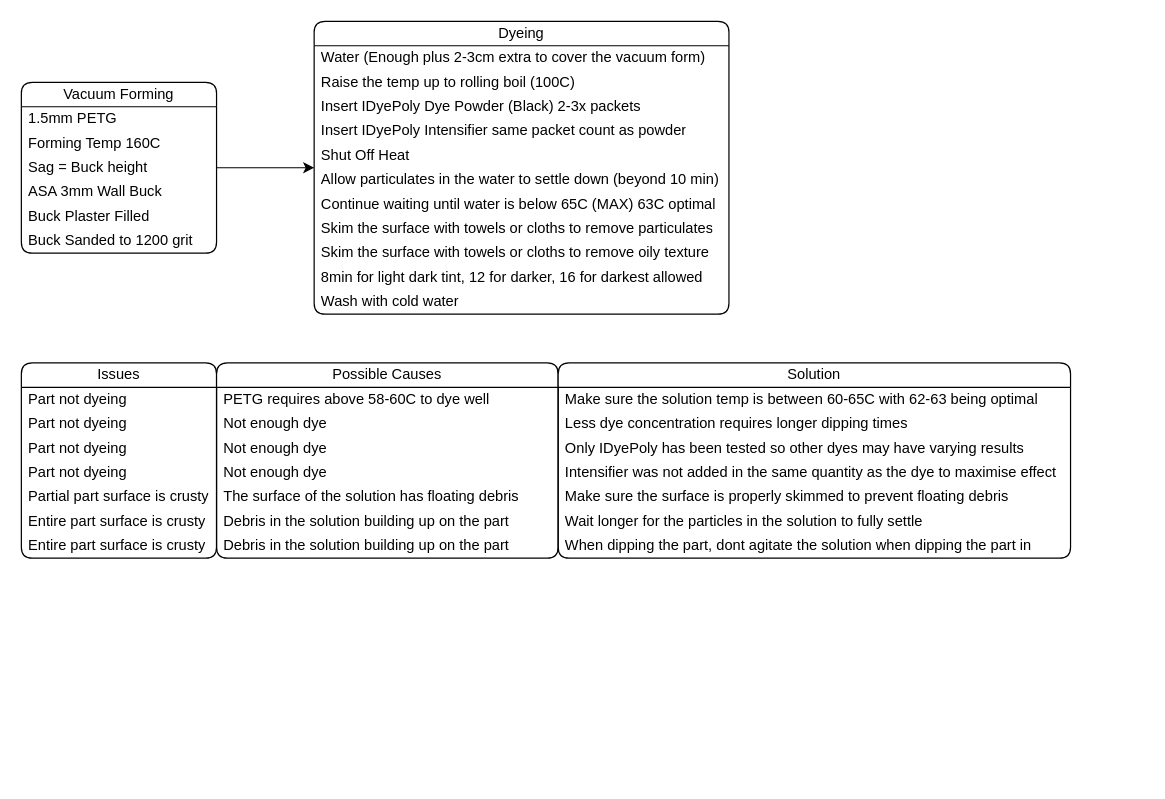
The draw.io diagram Documents/Visor Manufacturing Process.drawio in Cyberspecies/Synth-Head, before the edit. Source tidied: cells renumbered, new cells numbered last; positions are measured from the earlier drawing's top-left corner, leaving out a move shared by most shapes. Both pictures are drawn from the tidied source at 122%, with x=0, y=0 at pixel (21, 21).
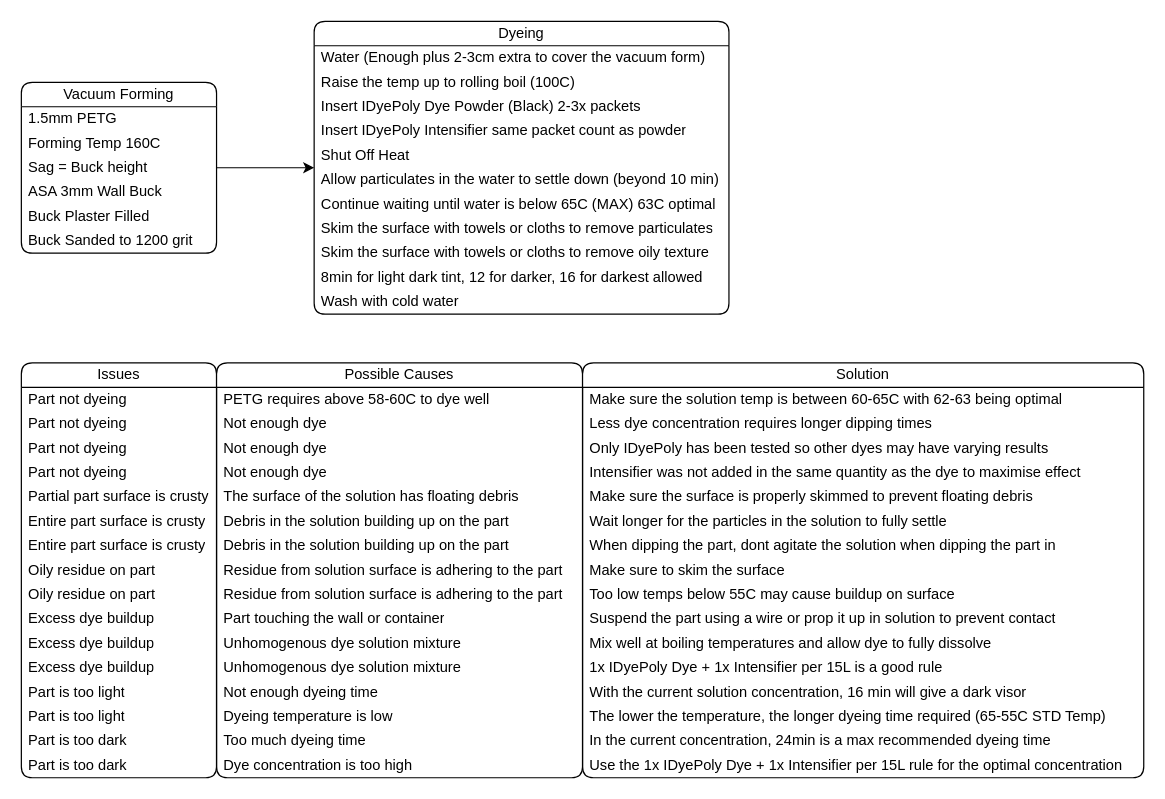
The same page after the edit.

Commit message:
Added More notes on visor dyeing

The edit, as a diff of the source:
```diff
@@
     <mxCell id="22" value="Issues" style="swimlane;fontStyle=0;horizontal=1;startSize=20;whiteSpace=wrap;html=1;rounded=1;" parent="1" vertex="1">
-      <mxGeometry y="280" width="160" height="160" as="geometry" />
+      <mxGeometry y="280" width="160" height="340" as="geometry" />
     </mxCell>
@@
+    <mxCell id="46" value="Oily residue on part" style="text;strokeColor=none;fillColor=none;align=left;verticalAlign=middle;spacingLeft=4;spacingRight=4;overflow=hidden;whiteSpace=wrap;html=1;" parent="22" vertex="1">
+      <mxGeometry y="160" width="160" height="20" as="geometry" />
+    </mxCell>
+    <mxCell id="47" value="Oily residue on part" style="text;strokeColor=none;fillColor=none;align=left;verticalAlign=middle;spacingLeft=4;spacingRight=4;overflow=hidden;whiteSpace=wrap;html=1;" parent="22" vertex="1">
+      <mxGeometry y="180" width="160" height="20" as="geometry" />
+    </mxCell>
+    <mxCell id="48" value="Excess dye buildup" style="text;strokeColor=none;fillColor=none;align=left;verticalAlign=middle;spacingLeft=4;spacingRight=4;overflow=hidden;whiteSpace=wrap;html=1;" parent="22" vertex="1">
+      <mxGeometry y="200" width="160" height="20" as="geometry" />
+    </mxCell>
+    <mxCell id="49" value="Excess dye buildup" style="text;strokeColor=none;fillColor=none;align=left;verticalAlign=middle;spacingLeft=4;spacingRight=4;overflow=hidden;whiteSpace=wrap;html=1;" parent="22" vertex="1">
+      <mxGeometry y="220" width="160" height="20" as="geometry" />
+    </mxCell>
+    <mxCell id="50" value="Excess dye buildup" style="text;strokeColor=none;fillColor=none;align=left;verticalAlign=middle;spacingLeft=4;spacingRight=4;overflow=hidden;whiteSpace=wrap;html=1;" parent="22" vertex="1">
+      <mxGeometry y="240" width="160" height="20" as="geometry" />
+    </mxCell>
+    <mxCell id="51" value="Part is too light" style="text;strokeColor=none;fillColor=none;align=left;verticalAlign=middle;spacingLeft=4;spacingRight=4;overflow=hidden;whiteSpace=wrap;html=1;" parent="22" vertex="1">
+      <mxGeometry y="260" width="160" height="20" as="geometry" />
+    </mxCell>
+    <mxCell id="52" value="Part is too light" style="text;strokeColor=none;fillColor=none;align=left;verticalAlign=middle;spacingLeft=4;spacingRight=4;overflow=hidden;whiteSpace=wrap;html=1;" parent="22" vertex="1">
+      <mxGeometry y="280" width="160" height="20" as="geometry" />
+    </mxCell>
+    <mxCell id="53" value="Part is too dark" style="text;strokeColor=none;fillColor=none;align=left;verticalAlign=middle;spacingLeft=4;spacingRight=4;overflow=hidden;whiteSpace=wrap;html=1;" parent="22" vertex="1">
+      <mxGeometry y="300" width="160" height="20" as="geometry" />
+    </mxCell>
+    <mxCell id="54" value="Part is too dark" style="text;strokeColor=none;fillColor=none;align=left;verticalAlign=middle;spacingLeft=4;spacingRight=4;overflow=hidden;whiteSpace=wrap;html=1;" parent="22" vertex="1">
+      <mxGeometry y="320" width="160" height="20" as="geometry" />
+    </mxCell>
     <mxCell id="30" value="Possible Causes" style="swimlane;fontStyle=0;horizontal=1;startSize=20;whiteSpace=wrap;html=1;rounded=1;" parent="1" vertex="1">
-      <mxGeometry x="160" y="280" width="280" height="160" as="geometry" />
+      <mxGeometry x="160" y="280" width="300" height="340" as="geometry" />
     </mxCell>
     <mxCell id="31" value="PETG requires above 58-60C to dye well" style="text;strokeColor=none;fillColor=none;align=left;verticalAlign=middle;spacingLeft=4;spacingRight=4;overflow=hidden;whiteSpace=wrap;html=1;" parent="30" vertex="1">
-      <mxGeometry y="20" width="280" height="20" as="geometry" />
+      <mxGeometry y="20" width="300" height="20" as="geometry" />
     </mxCell>
     <mxCell id="32" value="Not enough dye" style="text;strokeColor=none;fillColor=none;align=left;verticalAlign=middle;spacingLeft=4;spacingRight=4;overflow=hidden;whiteSpace=wrap;html=1;" parent="30" vertex="1">
-      <mxGeometry y="40" width="280" height="20" as="geometry" />
+      <mxGeometry y="40" width="300" height="20" as="geometry" />
     </mxCell>
     <mxCell id="33" value="Not enough dye" style="text;strokeColor=none;fillColor=none;align=left;verticalAlign=middle;spacingLeft=4;spacingRight=4;overflow=hidden;whiteSpace=wrap;html=1;" parent="30" vertex="1">
-      <mxGeometry y="60" width="280" height="20" as="geometry" />
+      <mxGeometry y="60" width="300" height="20" as="geometry" />
     </mxCell>
     <mxCell id="34" value="Not enough dye" style="text;strokeColor=none;fillColor=none;align=left;verticalAlign=middle;spacingLeft=4;spacingRight=4;overflow=hidden;whiteSpace=wrap;html=1;" parent="30" vertex="1">
-      <mxGeometry y="80" width="280" height="20" as="geometry" />
+      <mxGeometry y="80" width="300" height="20" as="geometry" />
     </mxCell>
     <mxCell id="35" value="The surface of the solution has floating debris" style="text;strokeColor=none;fillColor=none;align=left;verticalAlign=middle;spacingLeft=4;spacingRight=4;overflow=hidden;whiteSpace=wrap;html=1;" parent="30" vertex="1">
-      <mxGeometry y="100" width="280" height="20" as="geometry" />
+      <mxGeometry y="100" width="300" height="20" as="geometry" />
     </mxCell>
     <mxCell id="36" value="Debris in the solution building up on the part" style="text;strokeColor=none;fillColor=none;align=left;verticalAlign=middle;spacingLeft=4;spacingRight=4;overflow=hidden;whiteSpace=wrap;html=1;" parent="30" vertex="1">
-      <mxGeometry y="120" width="280" height="20" as="geometry" />
+      <mxGeometry y="120" width="300" height="20" as="geometry" />
     </mxCell>
     <mxCell id="37" value="Debris in the solution building up on the part" style="text;strokeColor=none;fillColor=none;align=left;verticalAlign=middle;spacingLeft=4;spacingRight=4;overflow=hidden;whiteSpace=wrap;html=1;" parent="30" vertex="1">
-      <mxGeometry y="140" width="280" height="20" as="geometry" />
+      <mxGeometry y="140" width="300" height="20" as="geometry" />
     </mxCell>
+    <mxCell id="55" value="Residue from solution surface is adhering to the part" style="text;strokeColor=none;fillColor=none;align=left;verticalAlign=middle;spacingLeft=4;spacingRight=4;overflow=hidden;whiteSpace=wrap;html=1;" parent="30" vertex="1">
+      <mxGeometry y="160" width="300" height="20" as="geometry" />
+    </mxCell>
+    <mxCell id="56" value="Residue from solution surface is adhering to the part" style="text;strokeColor=none;fillColor=none;align=left;verticalAlign=middle;spacingLeft=4;spacingRight=4;overflow=hidden;whiteSpace=wrap;html=1;" parent="30" vertex="1">
+      <mxGeometry y="180" width="300" height="20" as="geometry" />
+    </mxCell>
+    <mxCell id="57" value="Part touching the wall or container" style="text;strokeColor=none;fillColor=none;align=left;verticalAlign=middle;spacingLeft=4;spacingRight=4;overflow=hidden;whiteSpace=wrap;html=1;" parent="30" vertex="1">
+      <mxGeometry y="200" width="300" height="20" as="geometry" />
+    </mxCell>
+    <mxCell id="58" value="Unhomogenous dye solution mixture" style="text;strokeColor=none;fillColor=none;align=left;verticalAlign=middle;spacingLeft=4;spacingRight=4;overflow=hidden;whiteSpace=wrap;html=1;" parent="30" vertex="1">
+      <mxGeometry y="220" width="300" height="20" as="geometry" />
+    </mxCell>
+    <mxCell id="59" value="Unhomogenous dye solution mixture" style="text;strokeColor=none;fillColor=none;align=left;verticalAlign=middle;spacingLeft=4;spacingRight=4;overflow=hidden;whiteSpace=wrap;html=1;" parent="30" vertex="1">
+      <mxGeometry y="240" width="300" height="20" as="geometry" />
+    </mxCell>
+    <mxCell id="60" value="Not enough dyeing time" style="text;strokeColor=none;fillColor=none;align=left;verticalAlign=middle;spacingLeft=4;spacingRight=4;overflow=hidden;whiteSpace=wrap;html=1;" parent="30" vertex="1">
+      <mxGeometry y="260" width="300" height="20" as="geometry" />
+    </mxCell>
+    <mxCell id="61" value="Dyeing temperature is low" style="text;strokeColor=none;fillColor=none;align=left;verticalAlign=middle;spacingLeft=4;spacingRight=4;overflow=hidden;whiteSpace=wrap;html=1;" parent="30" vertex="1">
+      <mxGeometry y="280" width="300" height="20" as="geometry" />
+    </mxCell>
+    <mxCell id="62" value="Too much dyeing time" style="text;strokeColor=none;fillColor=none;align=left;verticalAlign=middle;spacingLeft=4;spacingRight=4;overflow=hidden;whiteSpace=wrap;html=1;" parent="30" vertex="1">
+      <mxGeometry y="300" width="300" height="20" as="geometry" />
+    </mxCell>
+    <mxCell id="63" value="Dye concentration is too high" style="text;strokeColor=none;fillColor=none;align=left;verticalAlign=middle;spacingLeft=4;spacingRight=4;overflow=hidden;whiteSpace=wrap;html=1;" parent="30" vertex="1">
+      <mxGeometry y="320" width="300" height="20" as="geometry" />
+    </mxCell>
     <mxCell id="38" value="Solution" style="swimlane;fontStyle=0;horizontal=1;startSize=20;whiteSpace=wrap;html=1;rounded=1;" parent="1" vertex="1">
-      <mxGeometry x="440" y="280" width="420" height="160" as="geometry" />
+      <mxGeometry x="460" y="280" width="460" height="340" as="geometry" />
     </mxCell>
     <mxCell id="39" value="Make sure the solution temp is between 60-65C with 62-63 being optimal" style="text;strokeColor=none;fillColor=none;align=left;verticalAlign=middle;spacingLeft=4;spacingRight=4;overflow=hidden;whiteSpace=wrap;html=1;" parent="38" vertex="1">
-      <mxGeometry y="20" width="420" height="20" as="geometry" />
+      <mxGeometry y="20" width="460" height="20" as="geometry" />
     </mxCell>
     <mxCell id="40" value="Less dye concentration requires longer dipping times" style="text;strokeColor=none;fillColor=none;align=left;verticalAlign=middle;spacingLeft=4;spacingRight=4;overflow=hidden;whiteSpace=wrap;html=1;" parent="38" vertex="1">
-      <mxGeometry y="40" width="420" height="20" as="geometry" />
+      <mxGeometry y="40" width="460" height="20" as="geometry" />
     </mxCell>
     <mxCell id="41" value="Only IDyePoly has been tested so other dyes may have varying results" style="text;strokeColor=none;fillColor=none;align=left;verticalAlign=middle;spacingLeft=4;spacingRight=4;overflow=hidden;whiteSpace=wrap;html=1;" parent="38" vertex="1">
-      <mxGeometry y="60" width="420" height="20" as="geometry" />
+      <mxGeometry y="60" width="460" height="20" as="geometry" />
     </mxCell>
     <mxCell id="42" value="Intensifier was not added in the same quantity as the dye to maximise effect" style="text;strokeColor=none;fillColor=none;align=left;verticalAlign=middle;spacingLeft=4;spacingRight=4;overflow=hidden;whiteSpace=wrap;html=1;" parent="38" vertex="1">
-      <mxGeometry y="80" width="420" height="20" as="geometry" />
+      <mxGeometry y="80" width="460" height="20" as="geometry" />
     </mxCell>
     <mxCell id="43" value="Make sure the surface is properly skimmed to prevent floating debris" style="text;strokeColor=none;fillColor=none;align=left;verticalAlign=middle;spacingLeft=4;spacingRight=4;overflow=hidden;whiteSpace=wrap;html=1;" parent="38" vertex="1">
-      <mxGeometry y="100" width="420" height="20" as="geometry" />
+      <mxGeometry y="100" width="460" height="20" as="geometry" />
     </mxCell>
     <mxCell id="44" value="Wait longer for the particles in the solution to fully settle" style="text;strokeColor=none;fillColor=none;align=left;verticalAlign=middle;spacingLeft=4;spacingRight=4;overflow=hidden;whiteSpace=wrap;html=1;" parent="38" vertex="1">
-      <mxGeometry y="120" width="420" height="20" as="geometry" />
+      <mxGeometry y="120" width="460" height="20" as="geometry" />
     </mxCell>
     <mxCell id="45" value="When dipping the part, dont agitate the solution when dipping the part in" style="text;strokeColor=none;fillColor=none;align=left;verticalAlign=middle;spacingLeft=4;spacingRight=4;overflow=hidden;whiteSpace=wrap;html=1;" parent="38" vertex="1">
-      <mxGeometry y="140" width="420" height="20" as="geometry" />
+      <mxGeometry y="140" width="460" height="20" as="geometry" />
     </mxCell>
+    <mxCell id="64" value="Make sure to skim the surface" style="text;strokeColor=none;fillColor=none;align=left;verticalAlign=middle;spacingLeft=4;spacingRight=4;overflow=hidden;whiteSpace=wrap;html=1;" parent="38" vertex="1">
+      <mxGeometry y="160" width="460" height="20" as="geometry" />
+    </mxCell>
+    <mxCell id="65" value="Too low temps below 55C may cause buildup on surface" style="text;strokeColor=none;fillColor=none;align=left;verticalAlign=middle;spacingLeft=4;spacingRight=4;overflow=hidden;whiteSpace=wrap;html=1;" parent="38" vertex="1">
+      <mxGeometry y="180" width="460" height="20" as="geometry" />
+    </mxCell>
+    <mxCell id="66" value="Suspend the part using a wire or prop it up in solution to prevent contact" style="text;strokeColor=none;fillColor=none;align=left;verticalAlign=middle;spacingLeft=4;spacingRight=4;overflow=hidden;whiteSpace=wrap;html=1;" parent="38" vertex="1">
+      <mxGeometry y="200" width="460" height="20" as="geometry" />
+    </mxCell>
+    <mxCell id="67" value="Mix well at boiling temperatures and allow dye to fully dissolve" style="text;strokeColor=none;fillColor=none;align=left;verticalAlign=middle;spacingLeft=4;spacingRight=4;overflow=hidden;whiteSpace=wrap;html=1;" parent="38" vertex="1">
+      <mxGeometry y="220" width="460" height="20" as="geometry" />
+    </mxCell>
+    <mxCell id="68" value="1x IDyePoly Dye + 1x Intensifier per 15L is a good rule" style="text;strokeColor=none;fillColor=none;align=left;verticalAlign=middle;spacingLeft=4;spacingRight=4;overflow=hidden;whiteSpace=wrap;html=1;" parent="38" vertex="1">
+      <mxGeometry y="240" width="460" height="20" as="geometry" />
+    </mxCell>
+    <mxCell id="69" value="With the current solution concentration, 16 min will give a dark visor" style="text;strokeColor=none;fillColor=none;align=left;verticalAlign=middle;spacingLeft=4;spacingRight=4;overflow=hidden;whiteSpace=wrap;html=1;" parent="38" vertex="1">
+      <mxGeometry y="260" width="460" height="20" as="geometry" />
+    </mxCell>
+    <mxCell id="70" value="The lower the temperature, the longer dyeing time required (65-55C STD Temp)" style="text;strokeColor=none;fillColor=none;align=left;verticalAlign=middle;spacingLeft=4;spacingRight=4;overflow=hidden;whiteSpace=wrap;html=1;" parent="38" vertex="1">
+      <mxGeometry y="280" width="460" height="20" as="geometry" />
+    </mxCell>
+    <mxCell id="71" value="In the current concentration, 24min is a max recommended dyeing time" style="text;strokeColor=none;fillColor=none;align=left;verticalAlign=middle;spacingLeft=4;spacingRight=4;overflow=hidden;whiteSpace=wrap;html=1;" parent="38" vertex="1">
+      <mxGeometry y="300" width="460" height="20" as="geometry" />
+    </mxCell>
+    <mxCell id="72" value="Use the 1x IDyePoly Dye + 1x Intensifier per 15L rule for the optimal concentration" style="text;strokeColor=none;fillColor=none;align=left;verticalAlign=middle;spacingLeft=4;spacingRight=4;overflow=hidden;whiteSpace=wrap;html=1;" parent="38" vertex="1">
+      <mxGeometry y="320" width="460" height="20" as="geometry" />
+    </mxCell>
```
